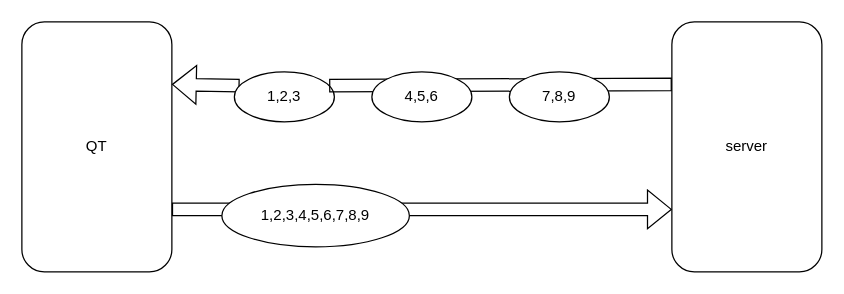
Hia-Hia/A-note keeps this draw.io diagram as 未命名绘图.drawio. Above is the earlier version. Source tidied: cells renumbered, new cells numbered last; positions are measured from the earlier drawing's top-left corner, leaving out a move shared by most shapes. Both pictures are drawn from the tidied source at 125%, with x=0, y=0 at pixel (21, 21).
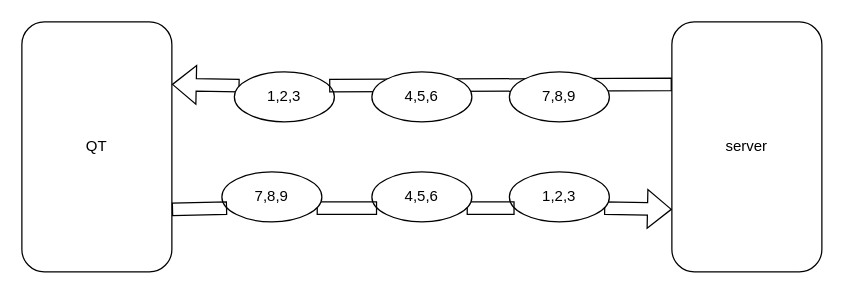
The same diagram, later.

Commit message (it also covers changes not shown here):
更新未命名绘图.drawio

The edit, as a diff of the source:
```diff
@@
 <mxGraphModel>
   <root>
     <mxCell id="0" />
     <mxCell id="1" parent="0" />
     <mxCell id="2" value="QT" style="rounded=1;whiteSpace=wrap;html=1;" parent="1" vertex="1">
       <mxGeometry width="120" height="200" as="geometry" />
     </mxCell>
     <mxCell id="3" value="server" style="rounded=1;whiteSpace=wrap;html=1;" parent="1" vertex="1">
       <mxGeometry x="520" width="120" height="200" as="geometry" />
     </mxCell>
-    <mxCell id="4" style="shape=flexArrow;endArrow=classic;html=1;rounded=0;exitX=1;exitY=0.75;exitDx=0;exitDy=0;entryX=0;entryY=0.75;entryDx=0;entryDy=0;" parent="1" edge="1" source="2" target="3">
+    <mxCell id="4" style="shape=flexArrow;endArrow=classic;html=1;rounded=0;exitX=1;exitY=0.75;exitDx=0;exitDy=0;entryX=0;entryY=0.75;entryDx=0;entryDy=0;startArrow=none;" parent="1" edge="1" source="11" target="3">
       <mxGeometry relative="1" as="geometry" />
     </mxCell>
     <mxCell id="5" style="shape=flexArrow;endArrow=classic;html=1;rounded=0;entryX=1;entryY=0.25;entryDx=0;entryDy=0;exitX=0;exitY=0.25;exitDx=0;exitDy=0;startArrow=none;" parent="1" edge="1" source="7" target="2">
       <mxGeometry relative="1" as="geometry" />
     </mxCell>
-    <mxCell id="6" value="1,2,3,4,5,6,7,8,9" style="ellipse;whiteSpace=wrap;html=1;" parent="1" vertex="1">
-      <mxGeometry x="160" y="130" width="150" height="50" as="geometry" />
-    </mxCell>
     <mxCell id="7" value="1,2,3" style="ellipse;whiteSpace=wrap;html=1;" parent="1" vertex="1">
       <mxGeometry x="170" y="40" width="80" height="40" as="geometry" />
     </mxCell>
     <mxCell id="8" style="shape=flexArrow;endArrow=none;html=1;rounded=0;entryX=1;entryY=0.25;entryDx=0;entryDy=0;exitX=0;exitY=0.25;exitDx=0;exitDy=0;" parent="1" edge="1" source="3" target="7">
       <mxGeometry relative="1" as="geometry" />
     </mxCell>
     <mxCell id="9" value="4,5,6" style="ellipse;whiteSpace=wrap;html=1;" parent="1" vertex="1">
       <mxGeometry x="280" y="40" width="80" height="40" as="geometry" />
     </mxCell>
     <mxCell id="10" value="7,8,9" style="ellipse;whiteSpace=wrap;html=1;" parent="1" vertex="1">
       <mxGeometry x="390" y="40" width="80" height="40" as="geometry" />
     </mxCell>
+    <mxCell id="11" value="1,2,3" style="ellipse;whiteSpace=wrap;html=1;" parent="1" vertex="1">
+      <mxGeometry x="390" y="120" width="80" height="40" as="geometry" />
+    </mxCell>
+    <mxCell id="12" style="shape=flexArrow;endArrow=none;html=1;rounded=0;exitX=1;exitY=0.75;exitDx=0;exitDy=0;entryX=0;entryY=0.75;entryDx=0;entryDy=0;startArrow=none;" parent="1" edge="1" source="13" target="11">
+      <mxGeometry relative="1" as="geometry" />
+    </mxCell>
+    <mxCell id="13" value="4,5,6" style="ellipse;whiteSpace=wrap;html=1;" parent="1" vertex="1">
+      <mxGeometry x="280" y="120" width="80" height="40" as="geometry" />
+    </mxCell>
+    <mxCell id="14" style="shape=flexArrow;endArrow=none;html=1;rounded=0;exitX=1;exitY=0.75;exitDx=0;exitDy=0;entryX=0;entryY=0.75;entryDx=0;entryDy=0;startArrow=none;" parent="1" edge="1" source="6" target="13">
+      <mxGeometry relative="1" as="geometry" />
+    </mxCell>
+    <mxCell id="6" value="7,8,9" style="ellipse;whiteSpace=wrap;html=1;" parent="1" vertex="1">
+      <mxGeometry x="160" y="120" width="80" height="40" as="geometry" />
+    </mxCell>
+    <mxCell id="15" style="shape=flexArrow;endArrow=none;html=1;rounded=0;exitX=1;exitY=0.75;exitDx=0;exitDy=0;entryX=0;entryY=0.75;entryDx=0;entryDy=0;" parent="1" edge="1" source="2" target="6">
+      <mxGeometry relative="1" as="geometry" />
+    </mxCell>
   </root>
 </mxGraphModel>
```
